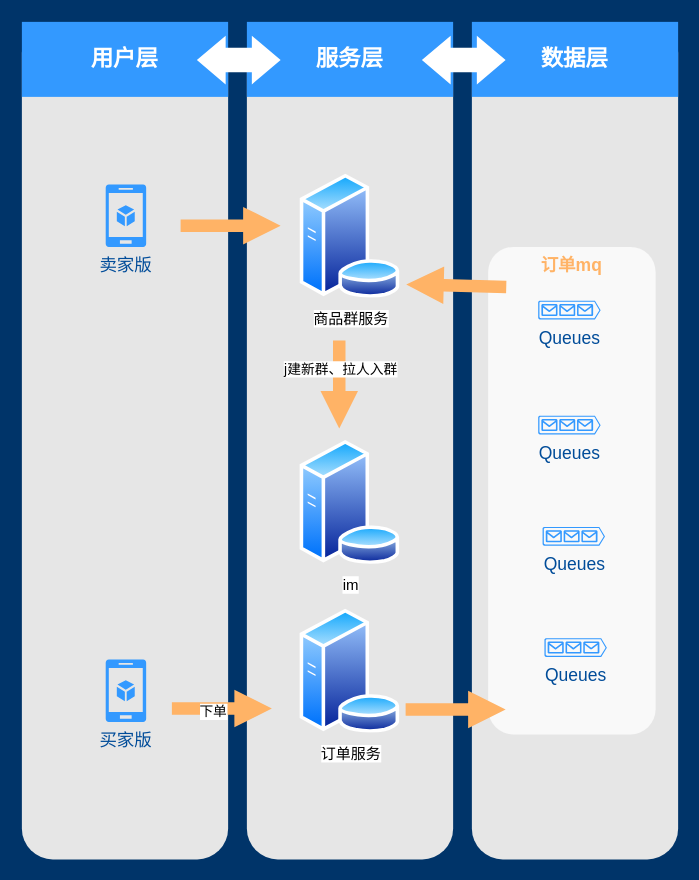
Above: itemGroupArch.drawio in killermyth/Documents (draw.io), before the change. Source tidied: cells renumbered, new cells numbered last; positions are measured from the earlier drawing's top-left corner, leaving out a move shared by most shapes. Both pictures are drawn from the tidied source at 125%, with x=0, y=0 at pixel (21, 21).
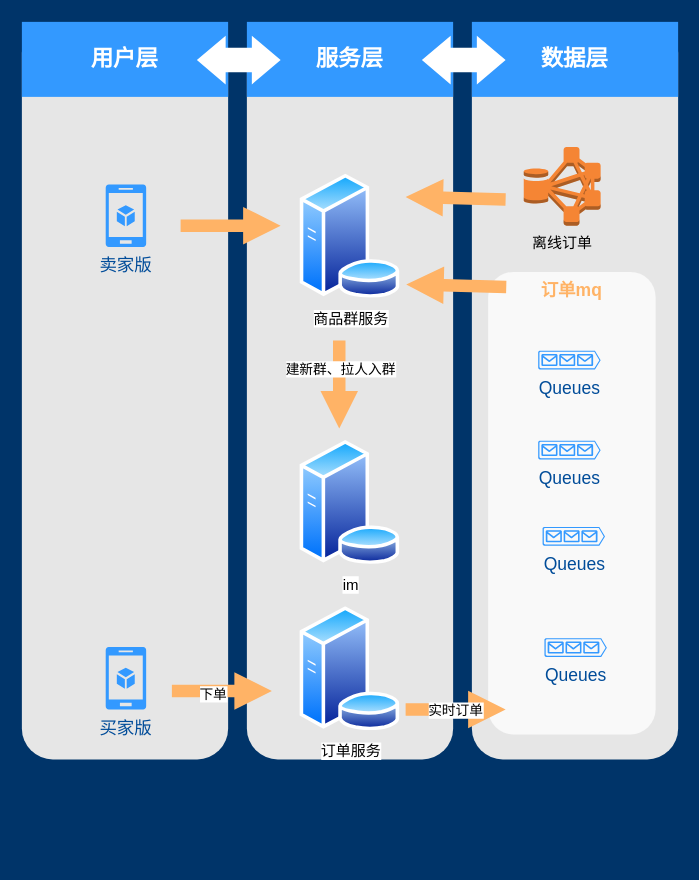
The same page after the edit.

Unchanged cells that the change refers to:
```xml
<mxCell id="14" style="arrow;html=1;endArrow=block;endFill=1;strokeColor=none;strokeWidth=4;fontFamily=Helvetica;fontSize=36;fontColor=#FFB366;fillColor=#FFB366;" parent="1" edge="1">
  <mxGeometry relative="1" as="geometry">
    <mxPoint x="307" y="550" as="sourcePoint" />
    <mxPoint x="387" y="550" as="targetPoint" />
  </mxGeometry>
</mxCell>
<mxCell id="25" style="arrow;html=1;endArrow=block;endFill=1;strokeColor=none;strokeWidth=4;fontFamily=Helvetica;fontSize=36;fontColor=#FFB366;fillColor=#FFB366;opacity=100;exitX=0.545;exitY=0.373;exitDx=0;exitDy=0;exitPerimeter=0;entryX=0.545;entryY=0.478;entryDx=0;entryDy=0;entryPerimeter=0;" parent="1" edge="1">
  <mxGeometry relative="1" as="geometry">
    <mxPoint x="253.9" y="254.9" as="sourcePoint" />
    <mxPoint x="253.9" y="325.3" as="targetPoint" />
  </mxGeometry>
</mxCell>
```

Change to the diagram source:
```diff
@@
     <mxCell id="2" style="rounded=1;whiteSpace=wrap;html=1;dashed=1;strokeColor=none;strokeWidth=2;fillColor=#E6E6E6;fontFamily=Verdana;fontSize=12;fontColor=#00BEF2;" parent="1" vertex="1">
-      <mxGeometry width="165" height="670" as="geometry" />
+      <mxGeometry width="165" height="590" as="geometry" />
     </mxCell>
     <mxCell id="3" style="rounded=1;whiteSpace=wrap;html=1;dashed=1;strokeColor=none;strokeWidth=2;fillColor=#E6E6E6;fontFamily=Verdana;fontSize=12;fontColor=#00BEF2;" parent="1" vertex="1">
-      <mxGeometry x="180" width="165" height="670" as="geometry" />
+      <mxGeometry x="180" width="165" height="590" as="geometry" />
     </mxCell>
     <mxCell id="4" style="rounded=1;whiteSpace=wrap;html=1;dashed=1;strokeColor=none;strokeWidth=2;fillColor=#E6E6E6;fontFamily=Verdana;fontSize=12;fontColor=#00BEF2;" parent="1" vertex="1">
-      <mxGeometry x="360" width="165" height="670" as="geometry" />
+      <mxGeometry x="360" width="165" height="590" as="geometry" />
     </mxCell>
@@
     <mxCell id="11" value="订单mq" style="rounded=1;whiteSpace=wrap;html=1;dashed=1;strokeColor=none;strokeWidth=2;fillColor=#FFFFFF;fontFamily=Helvetica;fontSize=14;fontColor=#FFB366;opacity=75;verticalAlign=top;fontStyle=1;" parent="1" vertex="1">
-      <mxGeometry x="373" y="180" width="134" height="390" as="geometry" />
+      <mxGeometry x="373" y="200" width="134" height="370" as="geometry" />
     </mxCell>
@@
+    <mxCell id="27" value="实时订单" style="edgeLabel;html=1;align=center;verticalAlign=middle;" parent="14" vertex="1">
+      <mxGeometry x="-0.06" relative="1" as="geometry">
+        <mxPoint x="1" as="offset" />
+      </mxGeometry>
+    </mxCell>
     <mxCell id="15" value="买家版" style="verticalLabelPosition=bottom;html=1;verticalAlign=top;strokeColor=none;fillColor=#3399FF;shape=mxgraph.azure.mobile_services;dashed=1;fontFamily=Helvetica;fontSize=14;fontColor=#004C99;" parent="1" vertex="1">
-      <mxGeometry x="67" y="510" width="32.5" height="50" as="geometry" />
+      <mxGeometry x="67" y="500" width="32.5" height="50" as="geometry" />
     </mxCell>
     <mxCell id="16" value="订单服务" style="perimeter=ellipsePerimeter;html=1;align=center;shadow=0;dashed=0;spacingTop=3;image;image=img/lib/active_directory/database_server.svg;" parent="1" vertex="1">
-      <mxGeometry x="221.9" y="470" width="81.2" height="99" as="geometry" />
+      <mxGeometry x="221.9" y="468" width="81.2" height="99" as="geometry" />
     </mxCell>
@@
     <mxCell id="19" style="arrow;html=1;endArrow=block;endFill=1;strokeColor=none;strokeWidth=4;fontFamily=Helvetica;fontSize=36;fontColor=#FFB366;fillColor=#FFB366;" parent="1" edge="1">
       <mxGeometry relative="1" as="geometry">
-        <mxPoint x="120" y="549.3" as="sourcePoint" />
-        <mxPoint x="200" y="549.3" as="targetPoint" />
+        <mxPoint x="120" y="535.3" as="sourcePoint" />
+        <mxPoint x="200" y="535.3" as="targetPoint" />
       </mxGeometry>
     </mxCell>
@@
     <mxCell id="23" value="Queues" style="verticalLabelPosition=bottom;html=1;verticalAlign=top;strokeColor=none;fillColor=#3399FF;shape=mxgraph.azure.queue_generic;dashed=1;fontFamily=Helvetica;fontSize=14;fontColor=#004C99;" parent="1" vertex="1">
-      <mxGeometry x="413" y="315" width="50" height="15" as="geometry" />
+      <mxGeometry x="413" y="335" width="50" height="15" as="geometry" />
     </mxCell>
     <mxCell id="24" value="Queues" style="verticalLabelPosition=bottom;html=1;verticalAlign=top;strokeColor=none;fillColor=#3399FF;shape=mxgraph.azure.queue_generic;dashed=1;fontFamily=Helvetica;fontSize=14;fontColor=#004C99;" parent="1" vertex="1">
-      <mxGeometry x="413" y="223" width="50" height="15" as="geometry" />
+      <mxGeometry x="413" y="263" width="50" height="15" as="geometry" />
     </mxCell>
@@
-    <mxCell id="26" value="j建新群、拉人入群" style="edgeLabel;html=1;align=center;verticalAlign=middle;" parent="25" vertex="1">
+    <mxCell id="26" value="建新群、拉人入群" style="edgeLabel;html=1;align=center;verticalAlign=middle;" parent="25" vertex="1">
       <mxGeometry x="-0.33" y="1" relative="1" as="geometry">
         <mxPoint y="-1" as="offset" />
       </mxGeometry>
     </mxCell>
+    <mxCell id="28" value="离线订单" style="dashed=0;verticalLabelPosition=bottom;verticalAlign=top;align=center;html=1;shape=mxgraph.aws3.hdfs_cluster;fillColor=#F58534;gradientColor=none;" parent="1" vertex="1">
+      <mxGeometry x="401.5" y="100" width="61.5" height="63" as="geometry" />
+    </mxCell>
+    <mxCell id="29" style="arrow;html=1;endArrow=block;endFill=1;strokeColor=none;strokeWidth=4;fontFamily=Helvetica;fontSize=36;fontColor=#FFB366;fillColor=#FFB366;opacity=100;" parent="1" edge="1">
+      <mxGeometry relative="1" as="geometry">
+        <mxPoint x="387" y="142" as="sourcePoint" />
+        <mxPoint x="307" y="140" as="targetPoint" />
+      </mxGeometry>
+    </mxCell>
```
